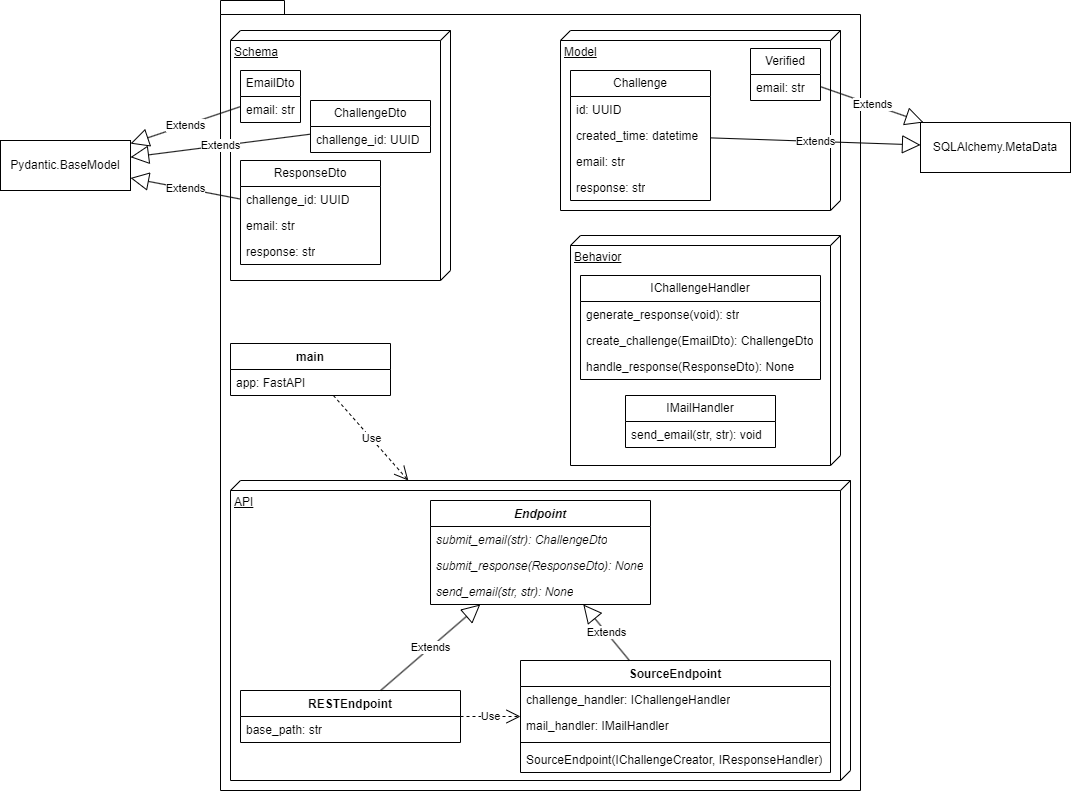
This is docs/uml.png from mwhicks-dev/authmail, a draw.io export, as it was before one commit. Source tidied: cells renumbered, new cells last; positions are measured from the earlier drawing's top-left corner, leaving out a move shared by most shapes.
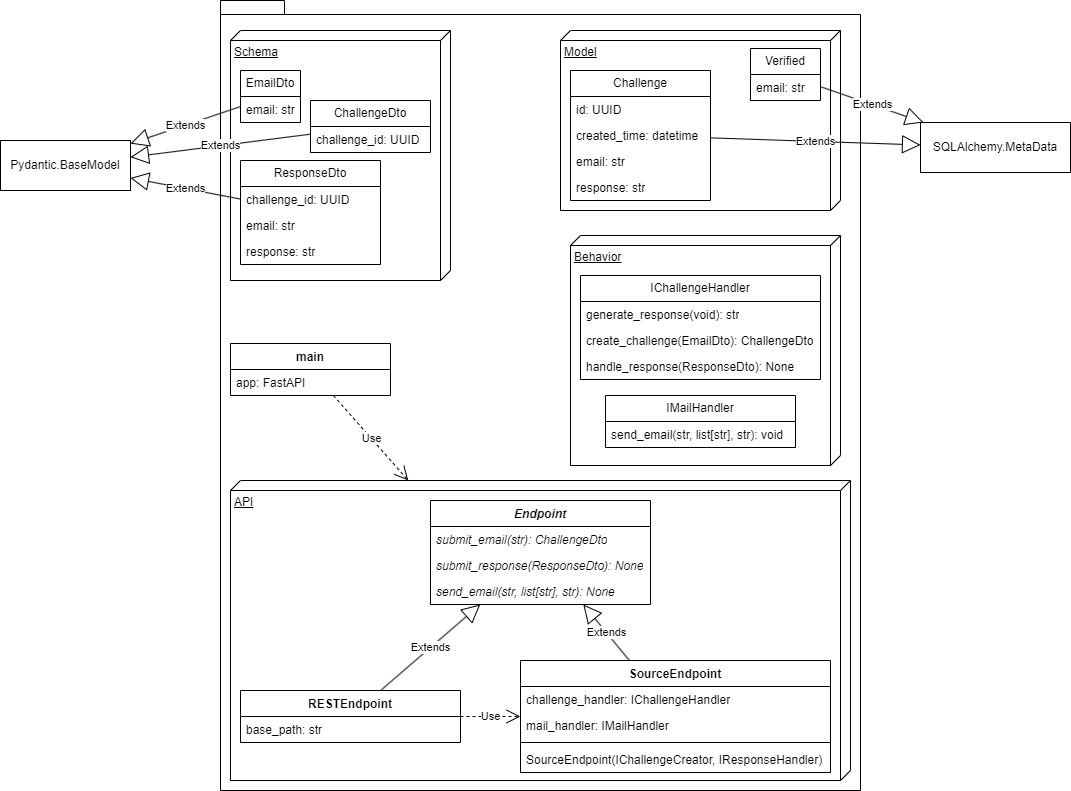
After the change.

Commit message:
Email now takes list of recipients for robustness #1

Change to the diagram source:
```diff
@@ -95,7 +95,7 @@
     <mxCell id="32" value="&lt;i&gt;submit_response(ResponseDto): None&lt;/i&gt;" style="text;strokeColor=none;fillColor=none;align=left;verticalAlign=top;spacingLeft=4;spacingRight=4;overflow=hidden;whiteSpace=wrap;html=1;" parent="30" vertex="1">
       <mxGeometry y="52" width="220" height="26" as="geometry" />
     </mxCell>
-    <mxCell id="33" value="&lt;i&gt;send_email(str, str): None&lt;/i&gt;" style="text;strokeColor=none;fillColor=none;align=left;verticalAlign=top;spacingLeft=4;spacingRight=4;overflow=hidden;whiteSpace=wrap;html=1;" parent="30" vertex="1">
+    <mxCell id="33" value="&lt;i&gt;send_email(str, list[str], str): None&lt;/i&gt;" style="text;strokeColor=none;fillColor=none;align=left;verticalAlign=top;spacingLeft=4;spacingRight=4;overflow=hidden;whiteSpace=wrap;html=1;" parent="30" vertex="1">
       <mxGeometry y="78" width="220" height="26" as="geometry" />
     </mxCell>
     <mxCell id="34" value="SourceEndpoint" style="swimlane;fontStyle=1;align=center;verticalAlign=top;horizontal=1;startSize=26;whiteSpace=wrap;html=1;" parent="1" vertex="1">
@@ -138,10 +138,10 @@
       <mxGeometry relative="1" as="geometry" />
     </mxCell>
     <mxCell id="47" value="IMailHandler" style="swimlane;fontStyle=0;horizontal=1;startSize=26;fillColor=none;whiteSpace=wrap;html=1;" parent="1" vertex="1">
-      <mxGeometry x="625" y="395" width="150" height="52" as="geometry" />
+      <mxGeometry x="605" y="395" width="190" height="52" as="geometry" />
     </mxCell>
-    <mxCell id="48" value="send_email(str, str): void" style="text;strokeColor=none;fillColor=none;align=left;verticalAlign=top;spacingLeft=4;spacingRight=4;overflow=hidden;whiteSpace=wrap;html=1;" parent="47" vertex="1">
-      <mxGeometry y="26" width="150" height="26" as="geometry" />
+    <mxCell id="48" value="send_email(str, list[str], str): void" style="text;strokeColor=none;fillColor=none;align=left;verticalAlign=top;spacingLeft=4;spacingRight=4;overflow=hidden;whiteSpace=wrap;html=1;" parent="47" vertex="1">
+      <mxGeometry y="26" width="190" height="26" as="geometry" />
     </mxCell>
     <mxCell id="49" value="Verified" style="swimlane;fontStyle=0;horizontal=1;startSize=26;fillColor=none;whiteSpace=wrap;html=1;" parent="1" vertex="1">
       <mxGeometry x="750" y="48" width="70" height="52" as="geometry" />
```
